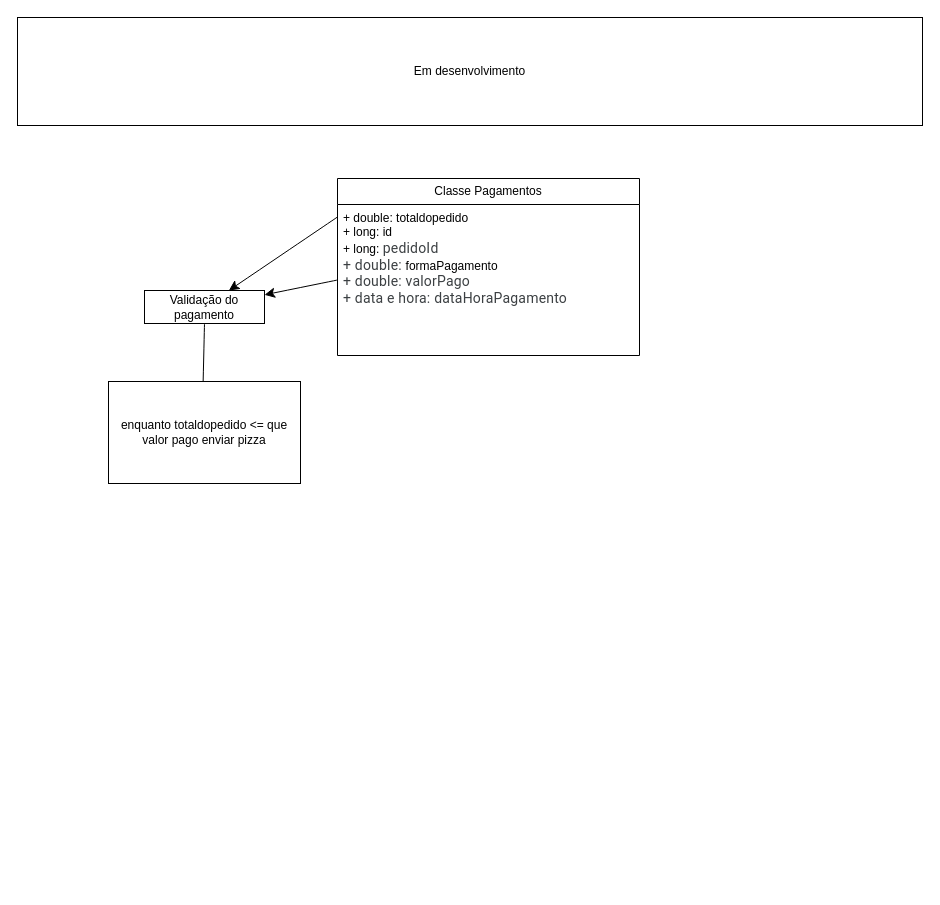
The draw.io diagram page "Classe Pagamento" (2 of 2) of Diagrama sem nome.drawio in laurazup/pizzaria, before the edit. Source tidied: cells renumbered, new cells numbered last; positions are measured from the earlier drawing's top-left corner, leaving out a move shared by most shapes. Both pictures are drawn from the tidied source at 100%, with x=0, y=0 at pixel (17, 17).
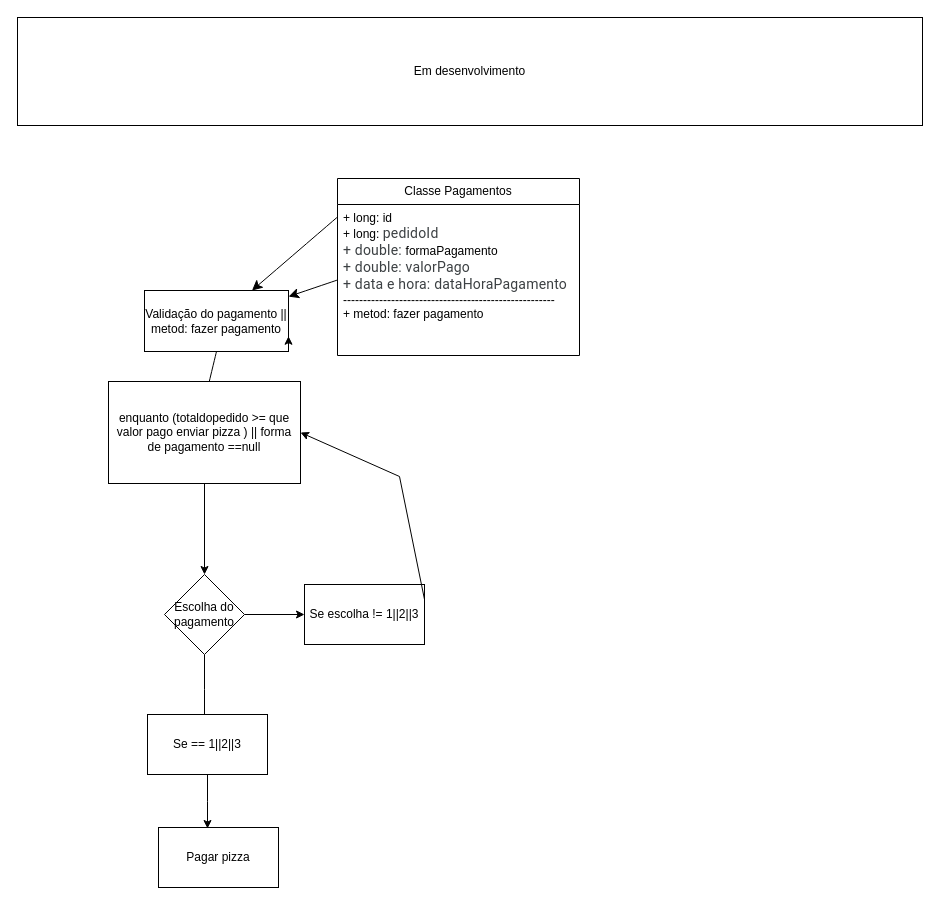
Above is the later version.

What changed in the source:
```diff
@@
     <mxCell id="2" value="Classe Pagamentos" style="swimlane;fontStyle=0;horizontal=1;startSize=26;fillColor=none;whiteSpace=wrap;html=1;" parent="1" vertex="1">
-      <mxGeometry x="320" y="161" width="302" height="177" as="geometry" />
+      <mxGeometry x="320" y="161" width="242" height="177" as="geometry" />
     </mxCell>
-    <mxCell id="3" value="+ double: totaldopedido&lt;div&gt;+ long: id&lt;/div&gt;&lt;div&gt;+ long:&amp;nbsp;&lt;span style=&quot;color: rgb(60, 64, 67); font-family: Roboto, Arial, sans-serif; font-size: 14px; letter-spacing: 0.2px; background-color: transparent;&quot;&gt;pedidoId&lt;/span&gt;&lt;span style=&quot;color: rgb(60, 64, 67); font-family: Roboto, Arial, sans-serif; font-size: 14px; letter-spacing: 0.2px; background-color: transparent;&quot;&gt;&amp;nbsp;&lt;/span&gt;&lt;/div&gt;&lt;div&gt;&lt;font face=&quot;Roboto, Arial, sans-serif&quot; color=&quot;#3c4043&quot;&gt;&lt;span style=&quot;font-size: 14px; letter-spacing: 0.2px;&quot;&gt;+ double:&amp;nbsp;&lt;/span&gt;&lt;/font&gt;&lt;span style=&quot;background-color: transparent; color: light-dark(rgb(0, 0, 0), rgb(255, 255, 255));&quot;&gt;formaPagamento&lt;/span&gt;&lt;/div&gt;&lt;div&gt;&lt;span style=&quot;color: rgb(60, 64, 67); font-family: Roboto, Arial, sans-serif; font-size: 14px; letter-spacing: 0.2px;&quot;&gt;+ double: valorPago&lt;/span&gt;&lt;span style=&quot;background-color: transparent; color: light-dark(rgb(0, 0, 0), rgb(255, 255, 255));&quot;&gt;&lt;/span&gt;&lt;/div&gt;&lt;div&gt;&lt;span style=&quot;color: rgb(60, 64, 67); font-family: Roboto, Arial, sans-serif; font-size: 14px; letter-spacing: 0.2px;&quot;&gt;+ data e hora: dataHoraPagamento&amp;nbsp;&lt;/span&gt;&lt;span style=&quot;color: rgb(60, 64, 67); font-family: Roboto, Arial, sans-serif; font-size: 14px; letter-spacing: 0.2px;&quot;&gt;&lt;/span&gt;&lt;/div&gt;&lt;div&gt;&lt;span style=&quot;color: rgb(60, 64, 67); font-family: Roboto, Arial, sans-serif; font-size: 14px; letter-spacing: 0.2px; background-color: transparent;&quot;&gt;&lt;br&gt;&lt;/span&gt;&lt;/div&gt;" style="text;strokeColor=none;fillColor=none;align=left;verticalAlign=top;spacingLeft=4;spacingRight=4;overflow=hidden;points=[[0,0.5],[1,0.5]];portConstraint=eastwest;whiteSpace=wrap;html=1;" parent="2" vertex="1">
-      <mxGeometry y="26" width="302" height="151" as="geometry" />
+    <mxCell id="3" value="&lt;div&gt;+ long: id&lt;/div&gt;&lt;div&gt;+ long:&amp;nbsp;&lt;span style=&quot;color: rgb(60, 64, 67); font-family: Roboto, Arial, sans-serif; font-size: 14px; letter-spacing: 0.2px; background-color: transparent;&quot;&gt;pedidoId&lt;/span&gt;&lt;span style=&quot;color: rgb(60, 64, 67); font-family: Roboto, Arial, sans-serif; font-size: 14px; letter-spacing: 0.2px; background-color: transparent;&quot;&gt;&amp;nbsp;&lt;/span&gt;&lt;/div&gt;&lt;div&gt;&lt;font face=&quot;Roboto, Arial, sans-serif&quot; color=&quot;#3c4043&quot;&gt;&lt;span style=&quot;font-size: 14px; letter-spacing: 0.2px;&quot;&gt;+ double:&amp;nbsp;&lt;/span&gt;&lt;/font&gt;&lt;span style=&quot;background-color: transparent; color: light-dark(rgb(0, 0, 0), rgb(255, 255, 255));&quot;&gt;formaPagamento&lt;/span&gt;&lt;/div&gt;&lt;div&gt;&lt;span style=&quot;color: rgb(60, 64, 67); font-family: Roboto, Arial, sans-serif; font-size: 14px; letter-spacing: 0.2px;&quot;&gt;+ double: valorPago&lt;/span&gt;&lt;span style=&quot;background-color: transparent; color: light-dark(rgb(0, 0, 0), rgb(255, 255, 255));&quot;&gt;&lt;/span&gt;&lt;/div&gt;&lt;div&gt;&lt;span style=&quot;color: rgb(60, 64, 67); font-family: Roboto, Arial, sans-serif; font-size: 14px; letter-spacing: 0.2px;&quot;&gt;+ data e hora: dataHoraPagamento&amp;nbsp;&lt;/span&gt;&lt;span style=&quot;color: rgb(60, 64, 67); font-family: Roboto, Arial, sans-serif; font-size: 14px; letter-spacing: 0.2px;&quot;&gt;&lt;/span&gt;&lt;/div&gt;&lt;div&gt;-----------------------------------------------------&lt;/div&gt;&lt;div&gt;+ metod: fazer pagamento&lt;/div&gt;" style="text;strokeColor=none;fillColor=none;align=left;verticalAlign=top;spacingLeft=4;spacingRight=4;overflow=hidden;points=[[0,0.5],[1,0.5]];portConstraint=eastwest;whiteSpace=wrap;html=1;" parent="2" vertex="1">
+      <mxGeometry y="26" width="242" height="151" as="geometry" />
     </mxCell>
@@
-    <mxCell id="5" value="Validação do pagamento" style="rounded=0;whiteSpace=wrap;html=1;" parent="1" vertex="1">
-      <mxGeometry x="127" y="273" width="120" height="33" as="geometry" />
+    <mxCell id="5" value="Validação do pagamento || metod: fazer pagamento" style="rounded=0;whiteSpace=wrap;html=1;" parent="1" vertex="1">
+      <mxGeometry x="127" y="273" width="144" height="61" as="geometry" />
     </mxCell>
@@
+    <mxCell id="11" style="edgeStyle=orthogonalEdgeStyle;rounded=0;jettySize=auto;html=1;" parent="1" edge="1" source="9" target="14">
+      <mxGeometry relative="1" as="geometry" />
+    </mxCell>
-    <mxCell id="9" value="enquanto totaldopedido &amp;lt;= que valor pago enviar pizza" style="whiteSpace=wrap;html=1;" parent="1" vertex="1">
+    <mxCell id="9" value="enquanto (totaldopedido &amp;gt;= que valor pago enviar pizza ) || forma de pagamento ==null" style="whiteSpace=wrap;html=1;" parent="1" vertex="1">
       <mxGeometry x="91" y="364" width="192" height="102" as="geometry" />
     </mxCell>
@@
+    <mxCell id="12" style="edgeStyle=orthogonalEdgeStyle;rounded=0;jettySize=auto;html=1;" parent="1" edge="1" source="14" target="15">
+      <mxGeometry relative="1" as="geometry" />
+    </mxCell>
+    <mxCell id="13" style="edgeStyle=orthogonalEdgeStyle;rounded=0;jettySize=auto;html=1;exitX=0.5;exitY=1;exitDx=0;exitDy=0;" parent="1" edge="1" source="14">
+      <mxGeometry relative="1" as="geometry">
+        <mxPoint x="187" y="707.2" as="targetPoint" />
+      </mxGeometry>
+    </mxCell>
+    <mxCell id="14" value="Escolha do pagamento" style="rhombus;whiteSpace=wrap;html=1;" parent="1" vertex="1">
+      <mxGeometry x="147" y="557" width="80" height="80" as="geometry" />
+    </mxCell>
+    <mxCell id="15" value="Se escolha != 1||2||3" style="whiteSpace=wrap;html=1;" parent="1" vertex="1">
+      <mxGeometry x="287" y="567" width="120" height="60" as="geometry" />
+    </mxCell>
+    <mxCell id="16" style="edgeStyle=none;jettySize=auto;html=1;rounded=0;exitX=1;exitY=0.25;exitDx=0;exitDy=0;entryX=1;entryY=0.5;entryDx=0;entryDy=0;" parent="1" edge="1" source="15" target="9">
+      <mxGeometry relative="1" as="geometry">
+        <Array as="points">
+          <mxPoint x="382" y="459" />
+        </Array>
+      </mxGeometry>
+    </mxCell>
+    <mxCell id="17" style="edgeStyle=orthogonalEdgeStyle;rounded=0;jettySize=auto;html=1;exitX=0.5;exitY=1;exitDx=0;exitDy=0;" parent="1" edge="1" source="18">
+      <mxGeometry relative="1" as="geometry">
+        <mxPoint x="190" y="811" as="targetPoint" />
+      </mxGeometry>
+    </mxCell>
+    <mxCell id="18" value="Se == 1||2||3" style="whiteSpace=wrap;html=1;" parent="1" vertex="1">
+      <mxGeometry x="130" y="697" width="120" height="60" as="geometry" />
+    </mxCell>
+    <mxCell id="19" value="Pagar pizza" style="whiteSpace=wrap;html=1;" parent="1" vertex="1">
+      <mxGeometry x="141" y="810" width="120" height="60" as="geometry" />
+    </mxCell>
+    <mxCell id="20" style="edgeStyle=orthogonalEdgeStyle;rounded=0;orthogonalLoop=1;jettySize=auto;html=1;exitX=1;exitY=1;exitDx=0;exitDy=0;entryX=1;entryY=0.75;entryDx=0;entryDy=0;" parent="1" edge="1" source="5" target="5">
+      <mxGeometry relative="1" as="geometry" />
+    </mxCell>
```
